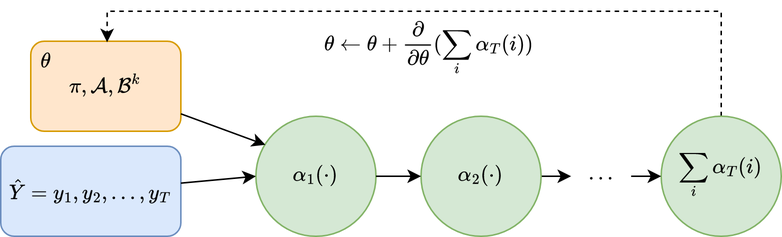
The draw.io diagram notebooks/numeric_optim.drawio.png in rfechner/generic-hmm, before a commit. Source tidied: cells renumbered, new cells last; positions are measured from the earlier drawing's top-left corner, leaving out a move shared by most shapes.
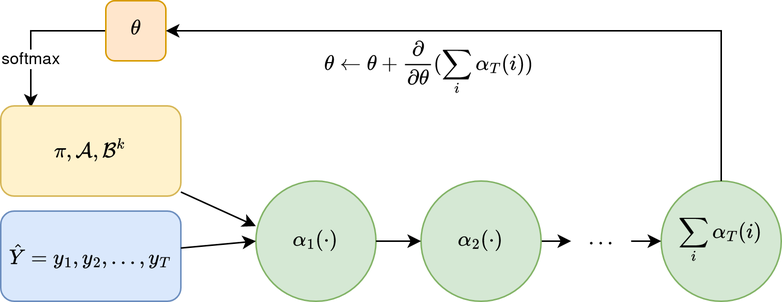
Above is the later version.

Commit message:
hyperparam optim init commit

The edit, as a diff of the source:
```diff
@@ -2,22 +2,26 @@
   <root>
     <mxCell id="0" />
     <mxCell id="1" parent="0" />
-    <mxCell id="2" value="$$\pi, \mathcal A, \mathcal B^k$$" style="rounded=1;whiteSpace=wrap;html=1;fillColor=#ffe6cc;strokeColor=#d79b00;" parent="1" vertex="1">
-      <mxGeometry x="20" y="20" width="100" height="60" as="geometry" />
+    <mxCell id="2" style="edgeStyle=orthogonalEdgeStyle;rounded=0;jettySize=auto;html=1;entryX=0.167;entryY=0.02;entryDx=0;entryDy=0;entryPerimeter=0;" parent="1" edge="1" source="4" target="16">
+      <mxGeometry relative="1" as="geometry">
+        <Array as="points">
+          <mxPoint x="20" y="-30" />
+        </Array>
+      </mxGeometry>
     </mxCell>
-    <mxCell id="3" value="$$\theta$$" style="text;html=1;strokeColor=none;fillColor=none;align=center;verticalAlign=middle;whiteSpace=wrap;rounded=0;" parent="1" vertex="1">
-      <mxGeometry y="20" width="60" height="30" as="geometry" />
+    <mxCell id="3" value="softmax" style="edgeLabel;html=1;align=center;verticalAlign=middle;" parent="2" vertex="1">
+      <mxGeometry x="0.37" relative="1" as="geometry" />
     </mxCell>
-    <mxCell id="4" value="$$\hat Y = y_1, y_2, \dots, y_T$$" style="rounded=1;whiteSpace=wrap;html=1;fillColor=#dae8fc;strokeColor=#6c8ebf;" parent="1" vertex="1">
-      <mxGeometry y="90" width="120" height="60" as="geometry" />
+    <mxCell id="4" value="$$\theta$$" style="rounded=1;whiteSpace=wrap;html=1;fillColor=#ffe6cc;strokeColor=#d79b00;" parent="1" vertex="1">
+      <mxGeometry x="70" y="-50" width="40" height="40" as="geometry" />
     </mxCell>
-    <mxCell id="5" value="$$\alpha_1(\cdot)$$" style="ellipse;whiteSpace=wrap;html=1;fillColor=#d5e8d4;strokeColor=#82b366;" parent="1" vertex="1">
-      <mxGeometry x="170" y="70" width="80" height="80" as="geometry" />
+    <mxCell id="5" value="$$\hat Y = y_1, y_2, \dots, y_T$$" style="rounded=1;whiteSpace=wrap;html=1;fillColor=#dae8fc;strokeColor=#6c8ebf;" parent="1" vertex="1">
+      <mxGeometry y="90" width="120" height="60" as="geometry" />
     </mxCell>
-    <mxCell id="6" style="edgeStyle=none;rounded=0;jettySize=auto;html=1;entryX=0.079;entryY=0.238;entryDx=0;entryDy=0;entryPerimeter=0;" parent="1" edge="1" source="2" target="5">
-      <mxGeometry relative="1" as="geometry" />
+    <mxCell id="6" value="$$\alpha_1(\cdot)$$" style="ellipse;whiteSpace=wrap;html=1;fillColor=#d5e8d4;strokeColor=#82b366;" parent="1" vertex="1">
+      <mxGeometry x="170" y="70" width="80" height="80" as="geometry" />
     </mxCell>
-    <mxCell id="7" style="edgeStyle=none;rounded=0;jettySize=auto;html=1;entryX=0;entryY=0.5;entryDx=0;entryDy=0;" parent="1" edge="1" source="4" target="5">
+    <mxCell id="7" style="edgeStyle=none;rounded=0;jettySize=auto;html=1;entryX=0;entryY=0.5;entryDx=0;entryDy=0;" parent="1" edge="1" source="5" target="6">
       <mxGeometry relative="1" as="geometry" />
     </mxCell>
     <mxCell id="8" style="edgeStyle=none;rounded=0;jettySize=auto;html=1;" parent="1" edge="1" source="9">
@@ -28,30 +32,37 @@
     <mxCell id="9" value="$$\alpha_2(\cdot)$$" style="ellipse;whiteSpace=wrap;html=1;fillColor=#d5e8d4;strokeColor=#82b366;" parent="1" vertex="1">
       <mxGeometry x="280" y="70" width="80" height="80" as="geometry" />
     </mxCell>
-    <mxCell id="10" style="edgeStyle=none;rounded=0;jettySize=auto;html=1;entryX=0;entryY=0.5;entryDx=0;entryDy=0;" parent="1" edge="1" source="5" target="9">
+    <mxCell id="10" style="edgeStyle=none;rounded=0;jettySize=auto;html=1;entryX=0;entryY=0.5;entryDx=0;entryDy=0;" parent="1" edge="1" source="6" target="9">
       <mxGeometry relative="1" as="geometry" />
     </mxCell>
     <mxCell id="11" value="$$\dots$$" style="text;html=1;align=center;verticalAlign=middle;strokeColor=none;fillColor=none;" parent="1" vertex="1">
       <mxGeometry x="360" y="95" width="80" height="30" as="geometry" />
     </mxCell>
-    <mxCell id="12" style="edgeStyle=orthogonalEdgeStyle;rounded=0;jettySize=auto;html=1;dashed=1;exitX=0.5;exitY=0;exitDx=0;exitDy=0;entryX=0.002;entryY=0.356;entryDx=0;entryDy=0;entryPerimeter=0;" parent="1" edge="1" source="13" target="15">
-      <mxGeometry relative="1" as="geometry">
-        <Array as="points">
-          <mxPoint x="480" />
-          <mxPoint x="71" />
-        </Array>
-      </mxGeometry>
+    <mxCell id="12" value="$$\sum_i\alpha_T(i)$$" style="ellipse;whiteSpace=wrap;html=1;fillColor=#d5e8d4;strokeColor=#82b366;" parent="1" vertex="1">
+      <mxGeometry x="440" y="70" width="80" height="80" as="geometry" />
     </mxCell>
-    <mxCell id="13" value="$$\sum_i\alpha_T(i)$$" style="ellipse;whiteSpace=wrap;html=1;fillColor=#d5e8d4;strokeColor=#82b366;" parent="1" vertex="1">
-      <mxGeometry x="440" y="70" width="80" height="80" as="geometry" />
+    <mxCell id="13" style="edgeStyle=none;rounded=0;jettySize=auto;html=1;entryX=0;entryY=0.5;entryDx=0;entryDy=0;" parent="1" edge="1" target="12">
+      <mxGeometry relative="1" as="geometry">
+        <mxPoint x="420" y="110" as="sourcePoint" />
+      </mxGeometry>
     </mxCell>
-    <mxCell id="14" style="edgeStyle=none;rounded=0;jettySize=auto;html=1;entryX=0;entryY=0.5;entryDx=0;entryDy=0;" parent="1" edge="1" target="13">
-      <mxGeometry relative="1" as="geometry">
-        <mxPoint x="420" y="110" as="sourcePoint" />
-      </mxGeometry>
+    <mxCell id="14" value="$$\theta \leftarrow \theta + \frac{\partial}{\partial \theta}(\sum_i\alpha_T(i))$$" style="text;html=1;align=center;verticalAlign=middle;strokeColor=none;fillColor=none;" parent="1" vertex="1">
+      <mxGeometry x="70" y="-20" width="430" height="30" as="geometry" />
     </mxCell>
-    <mxCell id="15" value="$$\theta \leftarrow \theta + \frac{\partial}{\partial \theta}(\sum_i\alpha_T(i))$$" style="text;html=1;align=center;verticalAlign=middle;points=[];strokeColor=none;fillColor=none;" parent="1" vertex="1">
-      <mxGeometry x="70" y="10" width="430" height="30" as="geometry" />
+    <mxCell id="15" style="edgeStyle=orthogonalEdgeStyle;rounded=0;jettySize=auto;html=1;entryX=1;entryY=0.5;entryDx=0;entryDy=0;exitX=0.5;exitY=0;exitDx=0;exitDy=0;" parent="1" edge="1" source="12" target="4">
+      <mxGeometry relative="1" as="geometry">
+        <Array as="points">
+          <mxPoint x="480" y="-30" />
+        </Array>
+      </mxGeometry>
     </mxCell>
+    <mxCell id="16" value="$$\pi, \mathcal A, \mathcal B^k$$" style="rounded=1;whiteSpace=wrap;html=1;fillColor=#fff2cc;strokeColor=#d6b656;" parent="1" vertex="1">
+      <mxGeometry y="20" width="120" height="60" as="geometry" />
+    </mxCell>
+    <mxCell id="17" style="rounded=0;jettySize=auto;html=1;" parent="1" edge="1" source="16">
+      <mxGeometry relative="1" as="geometry">
+        <mxPoint x="170" y="100" as="targetPoint" />
+      </mxGeometry>
+    </mxCell>
   </root>
 </mxGraphModel>
```
